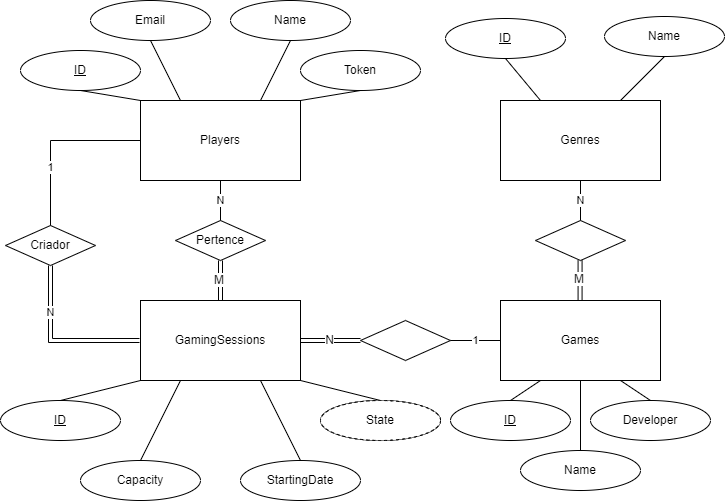
This is assets/ModeloEA.png from MarioRj16/LS, a draw.io export, as it was before one commit. Source tidied: cells renumbered, new cells last; positions are measured from the earlier drawing's top-left corner, leaving out a move shared by most shapes.
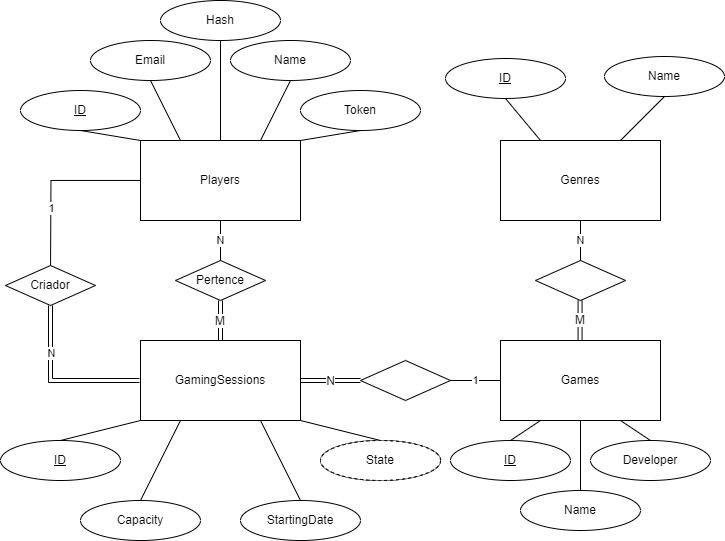
The same diagram one commit later.

What changed in the source:
```diff
@@ -169,5 +169,11 @@
         <mxPoint x="-1" as="offset" />
       </mxGeometry>
     </mxCell>
+    <mxCell id="50" value="Hash" style="ellipse;whiteSpace=wrap;html=1;" parent="1" vertex="1">
+      <mxGeometry x="160" y="-40" width="120" height="40" as="geometry" />
+    </mxCell>
+    <mxCell id="51" style="endArrow=none;html=1;rounded=0;exitX=0.5;exitY=1;exitDx=0;exitDy=0;entryX=0.5;entryY=0;entryDx=0;entryDy=0;" parent="1" edge="1" source="50" target="4">
+      <mxGeometry relative="1" as="geometry" />
+    </mxCell>
   </root>
 </mxGraphModel>
```
